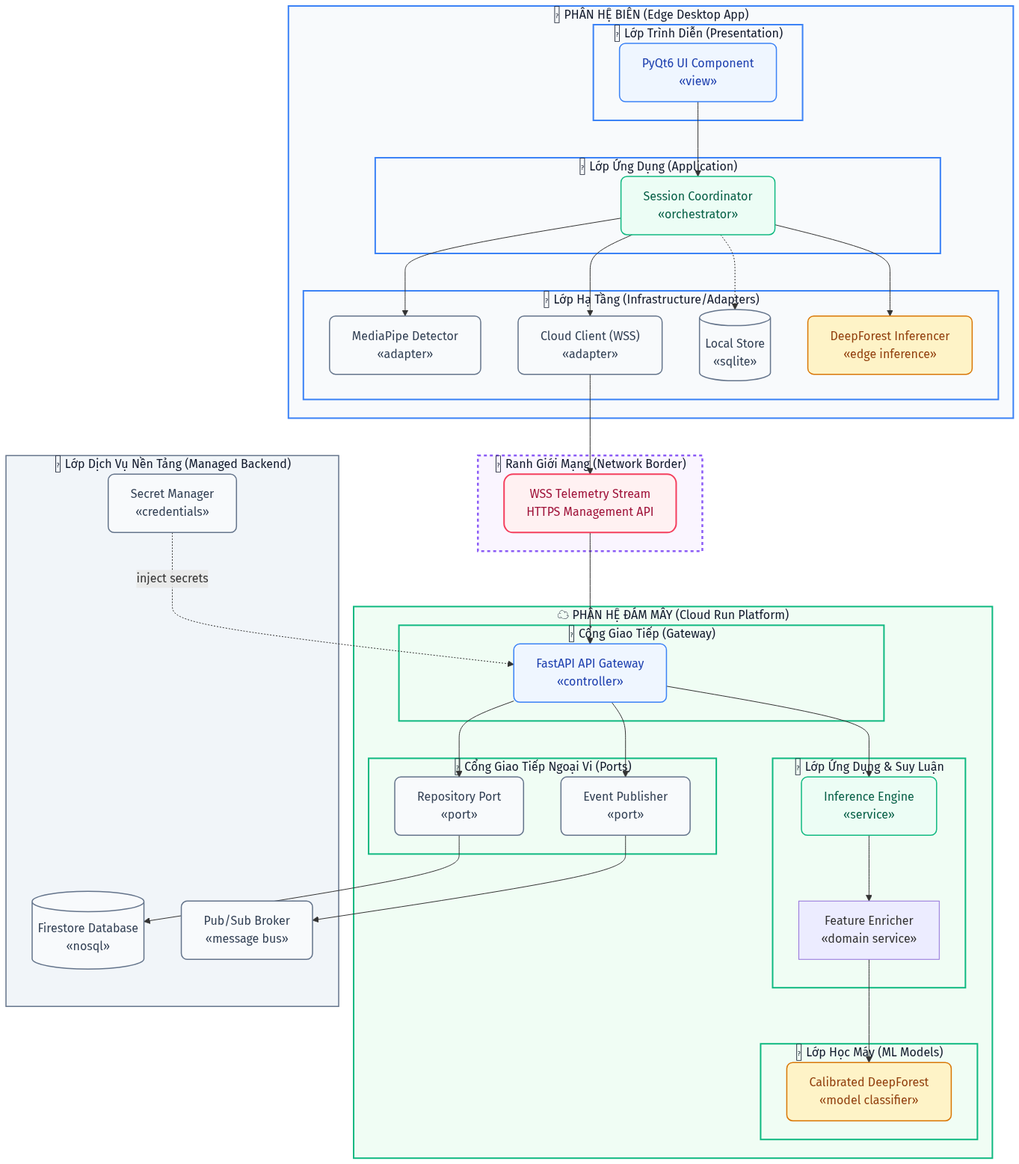
This is docs/uml/rendered/02_component.png from nguyenhoangviethung/FocusTracker, a Mermaid export, as it was before one commit. Its source is kept beside it as docs/uml/02_component.mmd.
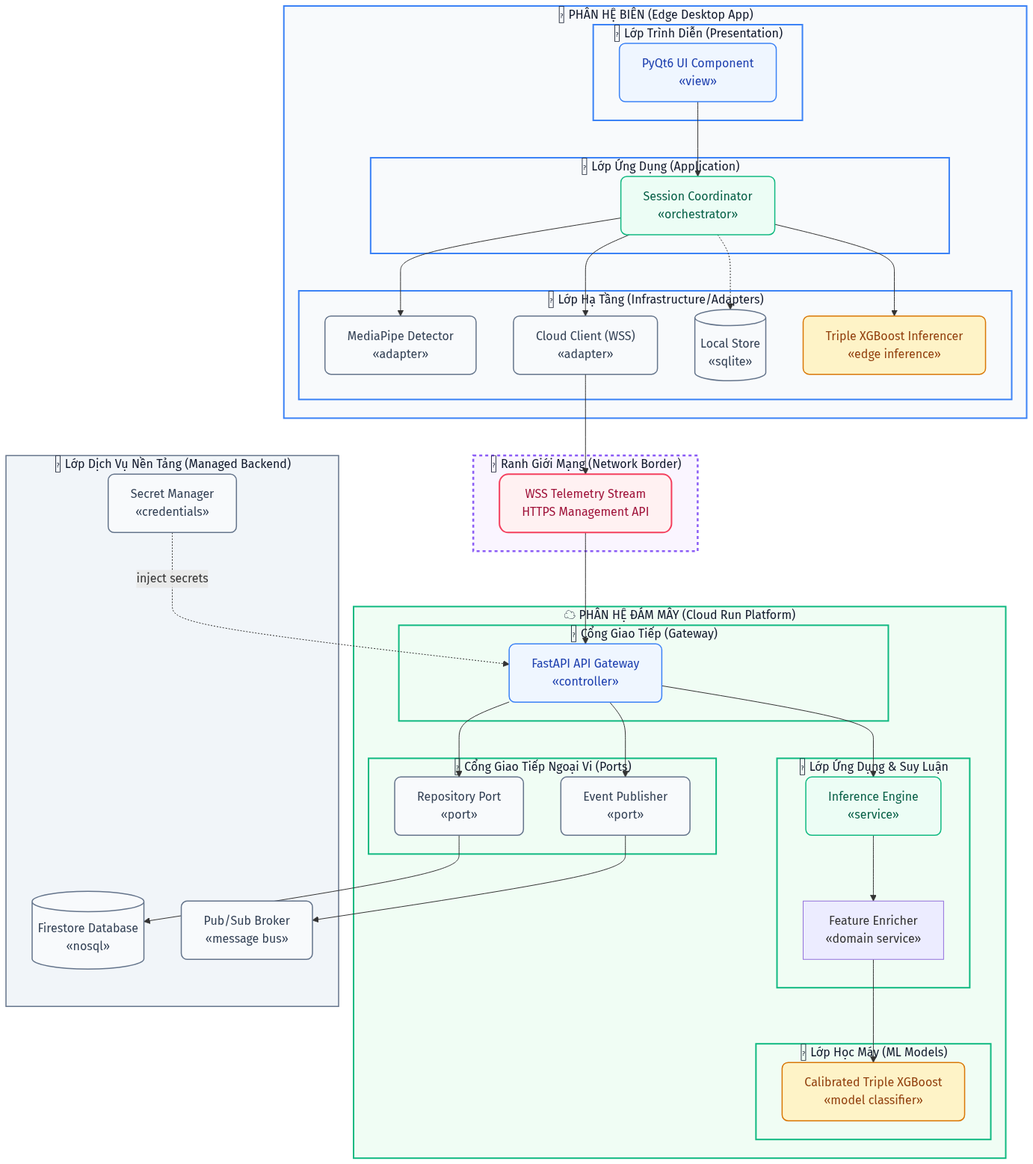
The same diagram one commit later.

Diff of the diagram source:
```diff
@@ -14,7 +14,7 @@
             MP["MediaPipe Detector<br/>«adapter»"]
             CC["Cloud Client (WSS)<br/>«adapter»"]
             LOCAL[("Local Store<br/>«sqlite»")]
-            EI["DeepForest Inferencer<br/>«edge inference»"]
+            EI["Triple XGBoost Inferencer<br/>«edge inference»"]
         end
 
         UI --> ST
@@ -42,7 +42,7 @@
         end
 
         subgraph CLOUD_MODEL["🌲 Lớp Học Máy (ML Models)"]
-            XGB["Calibrated DeepForest<br/>«model classifier»"]
+            XGB["Calibrated Triple XGBoost<br/>«model classifier»"]
         end
 
         subgraph CLOUD_PORTS["📡 Cổng Giao Tiếp Ngoại Vi (Ports)"]
```
